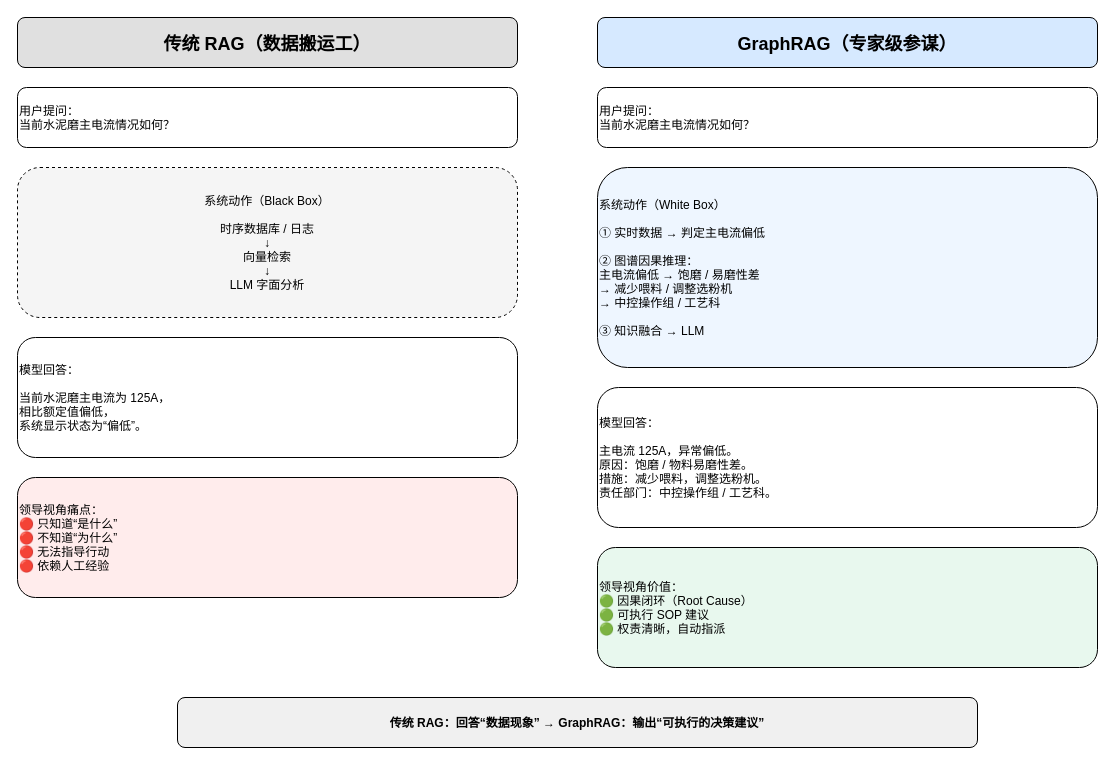
Earlier version of the draw.io diagram rag_VS_graphrag.drawio (729973389/picture). Source tidied: cells renumbered, new cells numbered last; positions are measured from the earlier drawing's top-left corner, leaving out a move shared by most shapes. Both pictures are drawn from the tidied source at 100%, with x=0, y=0 at pixel (17, 17).
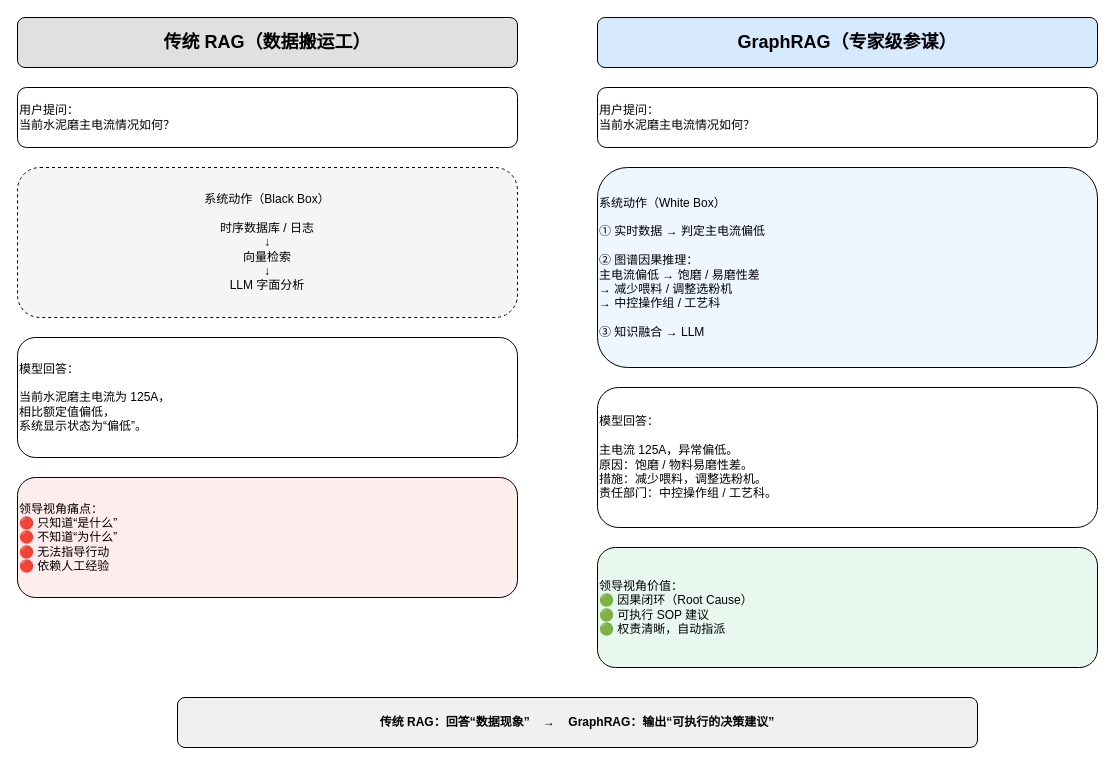
The same page after the edit.

What changed in the source:
```diff
@@
 <mxGraphModel>
   <root>
     <mxCell id="0" />
     <mxCell id="1" parent="0" />
-    <mxCell id="2" value="传统 RAG（数据搬运工）" style="rounded=1;fillColor=#E0E0E0;fontSize=18;fontStyle=1;align=center;verticalAlign=middle;" parent="1" vertex="1">
+    <mxCell id="2" value="传统 RAG（数据搬运工）" style="rounded=1;fillColor=#E0E0E0;fontSize=18;fontStyle=1;align=center;verticalAlign=middle;whiteSpace=wrap;html=1;" parent="1" vertex="1">
       <mxGeometry width="500" height="50" as="geometry" />
     </mxCell>
-    <mxCell id="3" value="GraphRAG（专家级参谋）" style="rounded=1;fillColor=#D6E9FF;fontSize=18;fontStyle=1;align=center;verticalAlign=middle;" parent="1" vertex="1">
+    <mxCell id="3" value="GraphRAG（专家级参谋）" style="rounded=1;fillColor=#D6E9FF;fontSize=18;fontStyle=1;align=center;verticalAlign=middle;whiteSpace=wrap;html=1;" parent="1" vertex="1">
       <mxGeometry x="580" width="500" height="50" as="geometry" />
     </mxCell>
-    <mxCell id="4" value="用户提问：&#10;当前水泥磨主电流情况如何？" style="rounded=1;fillColor=#FFFFFF;align=left;verticalAlign=middle;" parent="1" vertex="1">
+    <mxCell id="4" value="用户提问：&#10;当前水泥磨主电流情况如何？" style="rounded=1;fillColor=#FFFFFF;align=left;verticalAlign=middle;whiteSpace=wrap;html=1;" parent="1" vertex="1">
       <mxGeometry y="70" width="500" height="60" as="geometry" />
     </mxCell>
-    <mxCell id="5" value="用户提问：&#10;当前水泥磨主电流情况如何？" style="rounded=1;fillColor=#FFFFFF;align=left;verticalAlign=middle;" parent="1" vertex="1">
+    <mxCell id="5" value="用户提问：&#10;当前水泥磨主电流情况如何？" style="rounded=1;fillColor=#FFFFFF;align=left;verticalAlign=middle;whiteSpace=wrap;html=1;" parent="1" vertex="1">
       <mxGeometry x="580" y="70" width="500" height="60" as="geometry" />
     </mxCell>
-    <mxCell id="6" value="系统动作（Black Box）&#10;&#10;时序数据库 / 日志&#10;↓&#10;向量检索&#10;↓&#10;LLM 字面分析" style="rounded=1;dashed=1;fillColor=#F5F5F5;align=center;verticalAlign=middle;" parent="1" vertex="1">
+    <mxCell id="6" value="系统动作（Black Box）&#10;&#10;时序数据库 / 日志&#10;↓&#10;向量检索&#10;↓&#10;LLM 字面分析" style="rounded=1;dashed=1;fillColor=#F5F5F5;align=center;verticalAlign=middle;whiteSpace=wrap;html=1;" parent="1" vertex="1">
       <mxGeometry y="150" width="500" height="150" as="geometry" />
     </mxCell>
-    <mxCell id="7" value="系统动作（White Box）&#10;&#10;① 实时数据 → 判定主电流偏低&#10;&#10;② 图谱因果推理：&#10;主电流偏低 → 饱磨 / 易磨性差&#10;→ 减少喂料 / 调整选粉机&#10;→ 中控操作组 / 工艺科&#10;&#10;③ 知识融合 → LLM" style="rounded=1;fillColor=#EEF6FF;align=left;verticalAlign=middle;" parent="1" vertex="1">
+    <mxCell id="7" value="系统动作（White Box）&#10;&#10;① 实时数据 → 判定主电流偏低&#10;&#10;② 图谱因果推理：&#10;主电流偏低 → 饱磨 / 易磨性差&#10;→ 减少喂料 / 调整选粉机&#10;→ 中控操作组 / 工艺科&#10;&#10;③ 知识融合 → LLM" style="rounded=1;fillColor=#EEF6FF;align=left;verticalAlign=middle;whiteSpace=wrap;html=1;" parent="1" vertex="1">
       <mxGeometry x="580" y="150" width="500" height="200" as="geometry" />
     </mxCell>
-    <mxCell id="8" value="模型回答：&#10;&#10;当前水泥磨主电流为 125A，&#10;相比额定值偏低，&#10;系统显示状态为“偏低”。" style="rounded=1;fillColor=#FFFFFF;align=left;verticalAlign=middle;" parent="1" vertex="1">
+    <mxCell id="8" value="模型回答：&#10;&#10;当前水泥磨主电流为 125A，&#10;相比额定值偏低，&#10;系统显示状态为“偏低”。" style="rounded=1;fillColor=#FFFFFF;align=left;verticalAlign=middle;whiteSpace=wrap;html=1;" parent="1" vertex="1">
       <mxGeometry y="320" width="500" height="120" as="geometry" />
     </mxCell>
-    <mxCell id="9" value="模型回答：&#10;&#10;主电流 125A，异常偏低。&#10;原因：饱磨 / 物料易磨性差。&#10;措施：减少喂料，调整选粉机。&#10;责任部门：中控操作组 / 工艺科。" style="rounded=1;fillColor=#FFFFFF;align=left;verticalAlign=middle;" parent="1" vertex="1">
+    <mxCell id="9" value="模型回答：&#10;&#10;主电流 125A，异常偏低。&#10;原因：饱磨 / 物料易磨性差。&#10;措施：减少喂料，调整选粉机。&#10;责任部门：中控操作组 / 工艺科。" style="rounded=1;fillColor=#FFFFFF;align=left;verticalAlign=middle;whiteSpace=wrap;html=1;" parent="1" vertex="1">
       <mxGeometry x="580" y="370" width="500" height="140" as="geometry" />
     </mxCell>
-    <mxCell id="10" value="领导视角痛点：&#10;🔴 只知道“是什么”&#10;🔴 不知道“为什么”&#10;🔴 无法指导行动&#10;🔴 依赖人工经验" style="rounded=1;fillColor=#FFECEC;align=left;verticalAlign=middle;" parent="1" vertex="1">
+    <mxCell id="10" value="领导视角痛点：&#10;🔴 只知道“是什么”&#10;🔴 不知道“为什么”&#10;🔴 无法指导行动&#10;🔴 依赖人工经验" style="rounded=1;fillColor=#FFECEC;align=left;verticalAlign=middle;whiteSpace=wrap;html=1;" parent="1" vertex="1">
       <mxGeometry y="460" width="500" height="120" as="geometry" />
     </mxCell>
-    <mxCell id="11" value="领导视角价值：&#10;🟢 因果闭环（Root Cause）&#10;🟢 可执行 SOP 建议&#10;🟢 权责清晰，自动指派" style="rounded=1;fillColor=#E8F8EE;align=left;verticalAlign=middle;" parent="1" vertex="1">
+    <mxCell id="11" value="领导视角价值：&#10;🟢 因果闭环（Root Cause）&#10;🟢 可执行 SOP 建议&#10;🟢 权责清晰，自动指派" style="rounded=1;fillColor=#E8F8EE;align=left;verticalAlign=middle;whiteSpace=wrap;html=1;" parent="1" vertex="1">
       <mxGeometry x="580" y="530" width="500" height="120" as="geometry" />
     </mxCell>
-    <mxCell id="12" value="传统 RAG：回答“数据现象”    →    GraphRAG：输出“可执行的决策建议”" style="rounded=1;fillColor=#F0F0F0;fontStyle=1;align=center;verticalAlign=middle;" parent="1" vertex="1">
+    <mxCell id="12" value="传统 RAG：回答“数据现象”    →    GraphRAG：输出“可执行的决策建议”" style="rounded=1;fillColor=#F0F0F0;fontStyle=1;align=center;verticalAlign=middle;whiteSpace=wrap;html=1;" parent="1" vertex="1">
       <mxGeometry x="160" y="680" width="800" height="50" as="geometry" />
     </mxCell>
   </root>
 </mxGraphModel>
```
